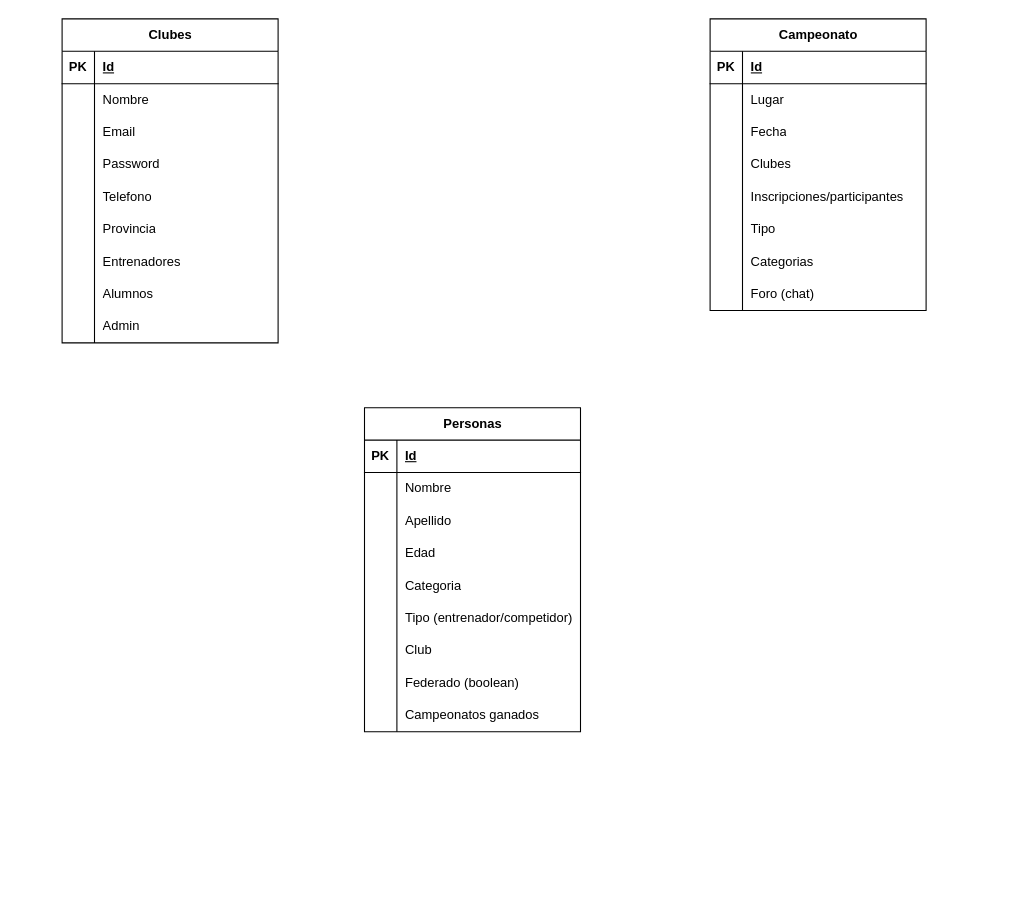
The draw.io diagram Diagrama sin título.drawio in IvanSoriano19/tkdata-react-mui, before the edit. Source tidied: cells renumbered, new cells numbered last; positions are measured from the earlier drawing's top-left corner, leaving out a move shared by most shapes. Both pictures are drawn from the tidied source at 108%, with x=0, y=0 at pixel (62, 18).
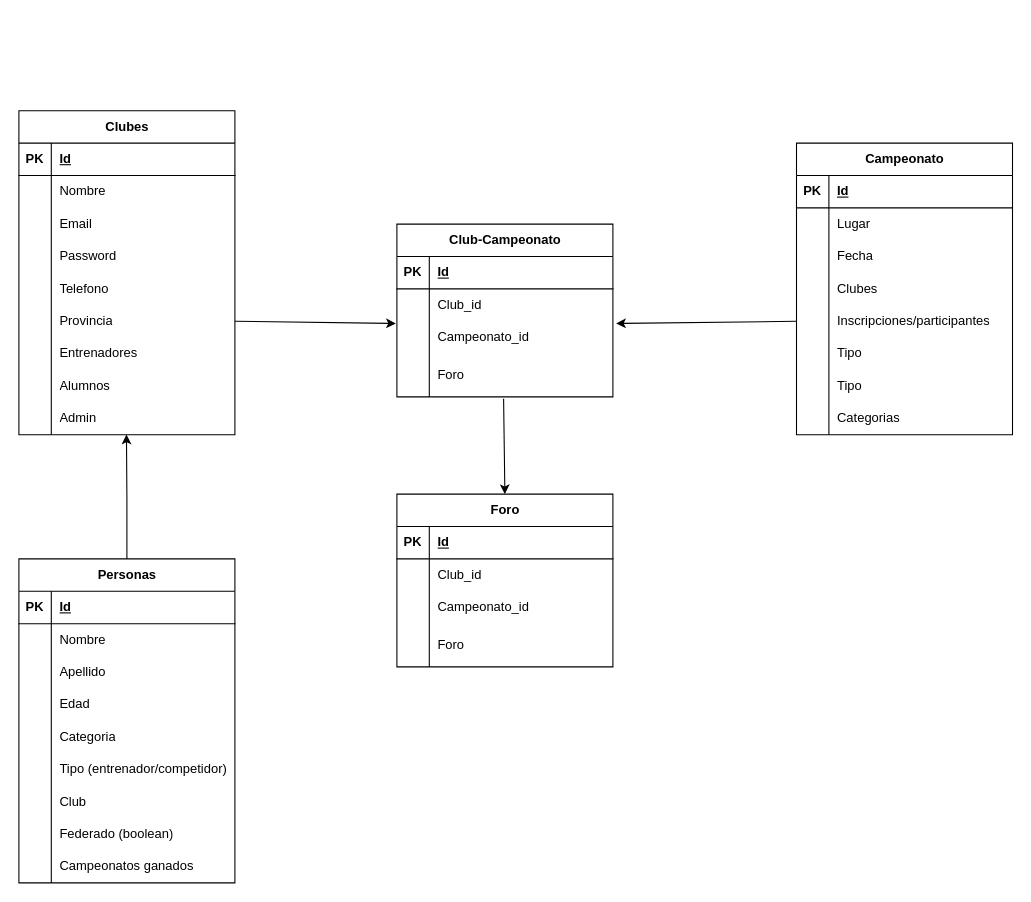
The same diagram, later.

Commit message:
tablas actualizadas

Unchanged cells that the change refers to:
```xml
<mxCell id="18" style="shape=tableRow;horizontal=0;startSize=0;swimlaneHead=0;swimlaneBody=0;fillColor=none;points=[[0,0.5],[1,0.5]];portConstraint=eastwest;top=0;left=0;right=0;bottom=0;" parent="2" vertex="1">
  <mxGeometry y="180" width="200" height="30" as="geometry" />
</mxCell>
<mxCell id="27" style="shape=tableRow;horizontal=0;startSize=0;swimlaneHead=0;swimlaneBody=0;fillColor=none;points=[[0,0.5],[1,0.5]];portConstraint=eastwest;top=0;left=0;right=0;bottom=0;" parent="2" vertex="1">
  <mxGeometry y="270" width="200" height="30" as="geometry" />
</mxCell>
<mxCell id="43" style="shape=tableRow;horizontal=0;startSize=0;swimlaneHead=0;swimlaneBody=0;fillColor=none;points=[[0,0.5],[1,0.5]];portConstraint=eastwest;top=0;left=0;right=0;bottom=0;" parent="30" vertex="1">
  <mxGeometry y="150" width="200" height="30" as="geometry" />
</mxCell>
```

The edit, as a diff of the source:
```diff
@@
     <mxCell id="2" value="Clubes" style="shape=table;startSize=30;childLayout=tableLayout;rowLines=0;fontStyle=1;align=center;html=1;" parent="1" vertex="1">
-      <mxGeometry width="200" height="300" as="geometry" />
+      <mxGeometry x="-40" y="85" width="200" height="300" as="geometry" />
     </mxCell>
@@
     <mxCell id="30" value="Campeonato" style="shape=table;startSize=30;childLayout=tableLayout;rowLines=0;fontStyle=1;align=center;html=1;" parent="1" vertex="1">
-      <mxGeometry x="600" width="200" height="270" as="geometry" />
+      <mxGeometry x="680" y="115" width="200" height="270" as="geometry" />
     </mxCell>
@@
+    <mxCell id="83" style="shape=tableRow;horizontal=0;startSize=0;swimlaneHead=0;swimlaneBody=0;fillColor=none;top=0;left=0;right=0;bottom=0;" parent="30" vertex="1">
+      <mxGeometry y="180" width="200" height="30" as="geometry" />
+    </mxCell>
+    <mxCell id="84" style="shape=partialRectangle;fillColor=none;top=0;left=0;bottom=0;right=0;overflow=hidden;whiteSpace=wrap;html=1;" parent="83" vertex="1">
+      <mxGeometry width="30" height="30" as="geometry" />
+    </mxCell>
+    <mxCell id="85" value="Tipo" style="shape=partialRectangle;fillColor=none;top=0;left=0;bottom=0;right=0;align=left;spacingLeft=6;overflow=hidden;whiteSpace=wrap;html=1;" parent="83" vertex="1">
+      <mxGeometry x="30" width="170" height="30" as="geometry" />
+    </mxCell>
     <mxCell id="46" style="shape=tableRow;horizontal=0;startSize=0;swimlaneHead=0;swimlaneBody=0;fillColor=none;top=0;left=0;right=0;bottom=0;" parent="30" vertex="1">
-      <mxGeometry y="180" width="200" height="30" as="geometry" />
+      <mxGeometry y="210" width="200" height="30" as="geometry" />
     </mxCell>
@@
     <mxCell id="49" style="shape=tableRow;horizontal=0;startSize=0;swimlaneHead=0;swimlaneBody=0;fillColor=none;top=0;left=0;right=0;bottom=0;" parent="30" vertex="1">
-      <mxGeometry y="210" width="200" height="30" as="geometry" />
+      <mxGeometry y="240" width="200" height="30" as="geometry" />
     </mxCell>
@@
-    <mxCell id="52" style="shape=tableRow;horizontal=0;startSize=0;swimlaneHead=0;swimlaneBody=0;fillColor=none;top=0;left=0;right=0;bottom=0;" parent="30" vertex="1">
-      <mxGeometry y="240" width="200" height="30" as="geometry" />
-    </mxCell>
-    <mxCell id="53" style="shape=partialRectangle;fillColor=none;top=0;left=0;bottom=0;right=0;overflow=hidden;whiteSpace=wrap;html=1;" parent="52" vertex="1">
-      <mxGeometry width="30" height="30" as="geometry" />
-    </mxCell>
-    <mxCell id="54" value="Foro (chat)" style="shape=partialRectangle;fillColor=none;top=0;left=0;bottom=0;right=0;align=left;spacingLeft=6;overflow=hidden;whiteSpace=wrap;html=1;" parent="52" vertex="1">
-      <mxGeometry x="30" width="170" height="30" as="geometry" />
-    </mxCell>
+    <mxCell id="86" style="edgeStyle=orthogonalEdgeStyle;rounded=0;jettySize=auto;html=1;exitX=0.5;exitY=0;exitDx=0;exitDy=0;entryX=0.498;entryY=0.997;entryDx=0;entryDy=0;entryPerimeter=0;" parent="1" edge="1" source="55" target="27">
+      <mxGeometry relative="1" as="geometry" />
+    </mxCell>
     <mxCell id="55" value="Personas" style="shape=table;startSize=30;childLayout=tableLayout;rowLines=0;fontStyle=1;align=center;html=1;" parent="1" vertex="1">
-      <mxGeometry x="280" y="360" width="200" height="300" as="geometry" />
+      <mxGeometry x="-40" y="500" width="200" height="300" as="geometry" />
     </mxCell>
@@
+    <mxCell id="87" value="Club-Campeonato" style="shape=table;startSize=30;childLayout=tableLayout;rowLines=0;fontStyle=1;align=center;html=1;" parent="1" vertex="1">
+      <mxGeometry x="310" y="190" width="200" height="160" as="geometry" />
+    </mxCell>
+    <mxCell id="88" style="shape=tableRow;horizontal=0;startSize=0;swimlaneHead=0;swimlaneBody=0;fillColor=none;top=0;left=0;right=0;bottom=1;" parent="87" vertex="1">
+      <mxGeometry y="30" width="200" height="30" as="geometry" />
+    </mxCell>
+    <mxCell id="89" value="PK" style="shape=partialRectangle;fillColor=none;top=0;left=0;bottom=0;right=0;fontStyle=1;overflow=hidden;whiteSpace=wrap;html=1;" parent="88" vertex="1">
+      <mxGeometry width="30" height="30" as="geometry" />
+    </mxCell>
+    <mxCell id="90" value="Id" style="shape=partialRectangle;fillColor=none;top=0;left=0;bottom=0;right=0;align=left;spacingLeft=6;fontStyle=5;overflow=hidden;whiteSpace=wrap;html=1;" parent="88" vertex="1">
+      <mxGeometry x="30" width="170" height="30" as="geometry" />
+    </mxCell>
+    <mxCell id="91" style="shape=tableRow;horizontal=0;startSize=0;swimlaneHead=0;swimlaneBody=0;fillColor=none;top=0;left=0;right=0;bottom=0;" parent="87" vertex="1">
+      <mxGeometry y="60" width="200" height="30" as="geometry" />
+    </mxCell>
+    <mxCell id="92" style="shape=partialRectangle;fillColor=none;top=0;left=0;bottom=0;right=0;overflow=hidden;whiteSpace=wrap;html=1;" parent="91" vertex="1">
+      <mxGeometry width="30" height="30" as="geometry" />
+    </mxCell>
+    <mxCell id="93" value="Club_id" style="shape=partialRectangle;fillColor=none;top=0;left=0;bottom=0;right=0;align=left;spacingLeft=6;overflow=hidden;whiteSpace=wrap;html=1;" parent="91" vertex="1">
+      <mxGeometry x="30" width="170" height="30" as="geometry" />
+    </mxCell>
+    <mxCell id="94" style="shape=tableRow;horizontal=0;startSize=0;swimlaneHead=0;swimlaneBody=0;fillColor=none;points=[[0,0.5],[1,0.5]];portConstraint=eastwest;top=0;left=0;right=0;bottom=0;" parent="87" vertex="1">
+      <mxGeometry y="90" width="200" height="30" as="geometry" />
+    </mxCell>
+    <mxCell id="95" style="shape=partialRectangle;fillColor=none;top=0;left=0;bottom=0;right=0;overflow=hidden;whiteSpace=wrap;html=1;" parent="94" vertex="1">
+      <mxGeometry width="30" height="30" as="geometry" />
+    </mxCell>
+    <mxCell id="96" value="Campeonato_id" style="shape=partialRectangle;fillColor=none;top=0;left=0;bottom=0;right=0;align=left;spacingLeft=6;overflow=hidden;whiteSpace=wrap;html=1;" parent="94" vertex="1">
+      <mxGeometry x="30" width="170" height="30" as="geometry" />
+    </mxCell>
+    <mxCell id="97" style="shape=tableRow;horizontal=0;startSize=0;swimlaneHead=0;swimlaneBody=0;fillColor=none;points=[[0,0.5],[1,0.5]];portConstraint=eastwest;top=0;left=0;right=0;bottom=0;" parent="87" vertex="1">
+      <mxGeometry y="120" width="200" height="40" as="geometry" />
+    </mxCell>
+    <mxCell id="98" style="shape=partialRectangle;fillColor=none;top=0;left=0;bottom=0;right=0;overflow=hidden;whiteSpace=wrap;html=1;" parent="97" vertex="1">
+      <mxGeometry width="30" height="40" as="geometry" />
+    </mxCell>
+    <mxCell id="99" value="Foro" style="shape=partialRectangle;fillColor=none;top=0;left=0;bottom=0;right=0;align=left;spacingLeft=6;overflow=hidden;whiteSpace=wrap;html=1;" parent="97" vertex="1">
+      <mxGeometry x="30" width="170" height="40" as="geometry" />
+    </mxCell>
+    <mxCell id="100" style="rounded=0;jettySize=auto;html=1;exitX=1;exitY=0.5;exitDx=0;exitDy=0;entryX=-0.005;entryY=0.067;entryDx=0;entryDy=0;entryPerimeter=0;" parent="1" edge="1" source="18" target="94">
+      <mxGeometry relative="1" as="geometry" />
+    </mxCell>
+    <mxCell id="101" style="rounded=0;jettySize=auto;html=1;exitX=0;exitY=0.5;exitDx=0;exitDy=0;entryX=1.015;entryY=0.067;entryDx=0;entryDy=0;entryPerimeter=0;" parent="1" edge="1" source="43" target="94">
+      <mxGeometry relative="1" as="geometry" />
+    </mxCell>
+    <mxCell id="102" style="rounded=0;jettySize=auto;html=1;exitX=0.494;exitY=1.043;exitDx=0;exitDy=0;exitPerimeter=0;entryX=0.5;entryY=0;entryDx=0;entryDy=0;" parent="1" edge="1" source="97" target="103">
+      <mxGeometry relative="1" as="geometry" />
+    </mxCell>
+    <mxCell id="103" value="Foro" style="shape=table;startSize=30;childLayout=tableLayout;rowLines=0;fontStyle=1;align=center;html=1;" parent="1" vertex="1">
+      <mxGeometry x="310" y="440" width="200" height="160" as="geometry" />
+    </mxCell>
+    <mxCell id="104" style="shape=tableRow;horizontal=0;startSize=0;swimlaneHead=0;swimlaneBody=0;fillColor=none;top=0;left=0;right=0;bottom=1;" parent="103" vertex="1">
+      <mxGeometry y="30" width="200" height="30" as="geometry" />
+    </mxCell>
+    <mxCell id="105" value="PK" style="shape=partialRectangle;fillColor=none;top=0;left=0;bottom=0;right=0;fontStyle=1;overflow=hidden;whiteSpace=wrap;html=1;" parent="104" vertex="1">
+      <mxGeometry width="30" height="30" as="geometry" />
+    </mxCell>
+    <mxCell id="106" value="Id" style="shape=partialRectangle;fillColor=none;top=0;left=0;bottom=0;right=0;align=left;spacingLeft=6;fontStyle=5;overflow=hidden;whiteSpace=wrap;html=1;" parent="104" vertex="1">
+      <mxGeometry x="30" width="170" height="30" as="geometry" />
+    </mxCell>
+    <mxCell id="107" style="shape=tableRow;horizontal=0;startSize=0;swimlaneHead=0;swimlaneBody=0;fillColor=none;top=0;left=0;right=0;bottom=0;" parent="103" vertex="1">
+      <mxGeometry y="60" width="200" height="30" as="geometry" />
+    </mxCell>
+    <mxCell id="108" style="shape=partialRectangle;fillColor=none;top=0;left=0;bottom=0;right=0;overflow=hidden;whiteSpace=wrap;html=1;" parent="107" vertex="1">
+      <mxGeometry width="30" height="30" as="geometry" />
+    </mxCell>
+    <mxCell id="109" value="Club_id" style="shape=partialRectangle;fillColor=none;top=0;left=0;bottom=0;right=0;align=left;spacingLeft=6;overflow=hidden;whiteSpace=wrap;html=1;" parent="107" vertex="1">
+      <mxGeometry x="30" width="170" height="30" as="geometry" />
+    </mxCell>
+    <mxCell id="110" style="shape=tableRow;horizontal=0;startSize=0;swimlaneHead=0;swimlaneBody=0;fillColor=none;top=0;left=0;right=0;bottom=0;" parent="103" vertex="1">
+      <mxGeometry y="90" width="200" height="30" as="geometry" />
+    </mxCell>
+    <mxCell id="111" style="shape=partialRectangle;fillColor=none;top=0;left=0;bottom=0;right=0;overflow=hidden;whiteSpace=wrap;html=1;" parent="110" vertex="1">
+      <mxGeometry width="30" height="30" as="geometry" />
+    </mxCell>
+    <mxCell id="112" value="Campeonato_id" style="shape=partialRectangle;fillColor=none;top=0;left=0;bottom=0;right=0;align=left;spacingLeft=6;overflow=hidden;whiteSpace=wrap;html=1;" parent="110" vertex="1">
+      <mxGeometry x="30" width="170" height="30" as="geometry" />
+    </mxCell>
+    <mxCell id="113" style="shape=tableRow;horizontal=0;startSize=0;swimlaneHead=0;swimlaneBody=0;fillColor=none;top=0;left=0;right=0;bottom=0;" parent="103" vertex="1">
+      <mxGeometry y="120" width="200" height="40" as="geometry" />
+    </mxCell>
+    <mxCell id="114" style="shape=partialRectangle;fillColor=none;top=0;left=0;bottom=0;right=0;overflow=hidden;whiteSpace=wrap;html=1;" parent="113" vertex="1">
+      <mxGeometry width="30" height="40" as="geometry" />
+    </mxCell>
+    <mxCell id="115" value="Foro" style="shape=partialRectangle;fillColor=none;top=0;left=0;bottom=0;right=0;align=left;spacingLeft=6;overflow=hidden;whiteSpace=wrap;html=1;" parent="113" vertex="1">
+      <mxGeometry x="30" width="170" height="40" as="geometry" />
+    </mxCell>
```
